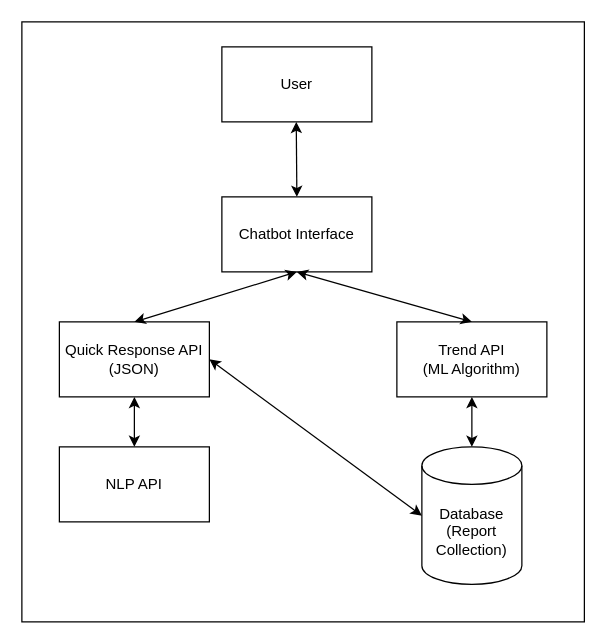
Before: SystemDesign.drawio in pranavn35/ProjectDiagrams, a draw.io diagram. Source tidied: cells renumbered, new cells numbered last; positions are measured from the earlier drawing's top-left corner, leaving out a move shared by most shapes. Both pictures are drawn from the tidied source at 125%, with x=0, y=0 at pixel (21, 21).
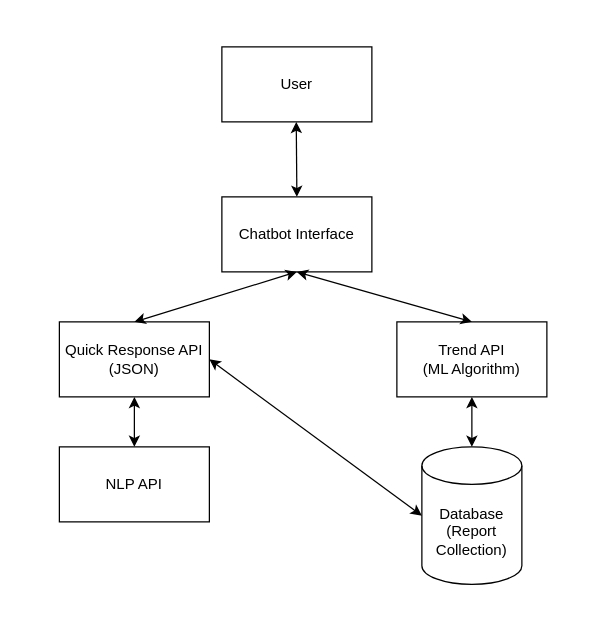
After the change.

Change to the diagram source:
```diff
@@
 <mxGraphModel>
   <root>
     <mxCell id="0" />
     <mxCell id="1" parent="0" />
     <mxCell id="2" value="User" style="rounded=0;whiteSpace=wrap;html=1;" parent="1" vertex="1">
       <mxGeometry x="160" y="20" width="120" height="60" as="geometry" />
     </mxCell>
     <mxCell id="3" value="Chatbot Interface" style="rounded=0;whiteSpace=wrap;html=1;" parent="1" vertex="1">
       <mxGeometry x="160" y="140" width="120" height="60" as="geometry" />
     </mxCell>
     <mxCell id="4" value="Quick Response API (JSON)" style="rounded=0;whiteSpace=wrap;html=1;" parent="1" vertex="1">
       <mxGeometry x="30" y="240" width="120" height="60" as="geometry" />
     </mxCell>
     <mxCell id="5" value="NLP API" style="rounded=0;whiteSpace=wrap;html=1;" parent="1" vertex="1">
       <mxGeometry x="30" y="340" width="120" height="60" as="geometry" />
     </mxCell>
     <mxCell id="6" value="Database&lt;br&gt;(Report Collection)" style="shape=cylinder3;whiteSpace=wrap;html=1;boundedLbl=1;backgroundOutline=1;size=15;" parent="1" vertex="1">
       <mxGeometry x="320" y="340" width="80" height="110" as="geometry" />
     </mxCell>
     <mxCell id="7" value="Trend API&lt;br&gt;(ML Algorithm)" style="rounded=0;whiteSpace=wrap;html=1;" parent="1" vertex="1">
       <mxGeometry x="300" y="240" width="120" height="60" as="geometry" />
     </mxCell>
     <mxCell id="8" style="endArrow=classic;startArrow=classic;html=1;rounded=0;" parent="1" edge="1">
       <mxGeometry relative="1" as="geometry">
         <mxPoint x="220" y="140" as="sourcePoint" />
         <mxPoint x="219.5" y="80" as="targetPoint" />
       </mxGeometry>
     </mxCell>
     <mxCell id="9" style="endArrow=classic;startArrow=classic;html=1;rounded=0;exitX=0.5;exitY=0;exitDx=0;exitDy=0;" parent="1" edge="1" source="4">
       <mxGeometry relative="1" as="geometry">
         <mxPoint x="220" y="200" as="targetPoint" />
       </mxGeometry>
     </mxCell>
     <mxCell id="10" style="endArrow=classic;startArrow=classic;html=1;rounded=0;exitX=0.5;exitY=0;exitDx=0;exitDy=0;" parent="1" edge="1" source="7">
       <mxGeometry relative="1" as="geometry">
         <mxPoint x="220" y="200" as="targetPoint" />
       </mxGeometry>
     </mxCell>
     <mxCell id="11" style="endArrow=classic;startArrow=classic;html=1;rounded=0;exitX=0.5;exitY=1;exitDx=0;exitDy=0;entryX=0.5;entryY=0;entryDx=0;entryDy=0;" parent="1" edge="1" source="4" target="5">
       <mxGeometry relative="1" as="geometry" />
     </mxCell>
     <mxCell id="12" style="endArrow=classic;startArrow=classic;html=1;rounded=0;exitX=0.5;exitY=0;exitDx=0;exitDy=0;entryX=0.5;entryY=1;entryDx=0;entryDy=0;exitPerimeter=0;" parent="1" edge="1" source="6" target="7">
       <mxGeometry relative="1" as="geometry" />
     </mxCell>
     <mxCell id="13" style="endArrow=classic;startArrow=classic;html=1;rounded=0;exitX=0;exitY=0.5;exitDx=0;exitDy=0;entryX=0.5;entryY=1;entryDx=0;entryDy=0;exitPerimeter=0;" parent="1" edge="1" source="6">
       <mxGeometry relative="1" as="geometry">
         <mxPoint x="150" y="270" as="targetPoint" />
       </mxGeometry>
     </mxCell>
-    <mxCell id="14" style="rounded=0;whiteSpace=wrap;html=1;fillColor=none;" parent="1" vertex="1">
-      <mxGeometry width="450" height="480" as="geometry" />
-    </mxCell>
   </root>
 </mxGraphModel>
```
